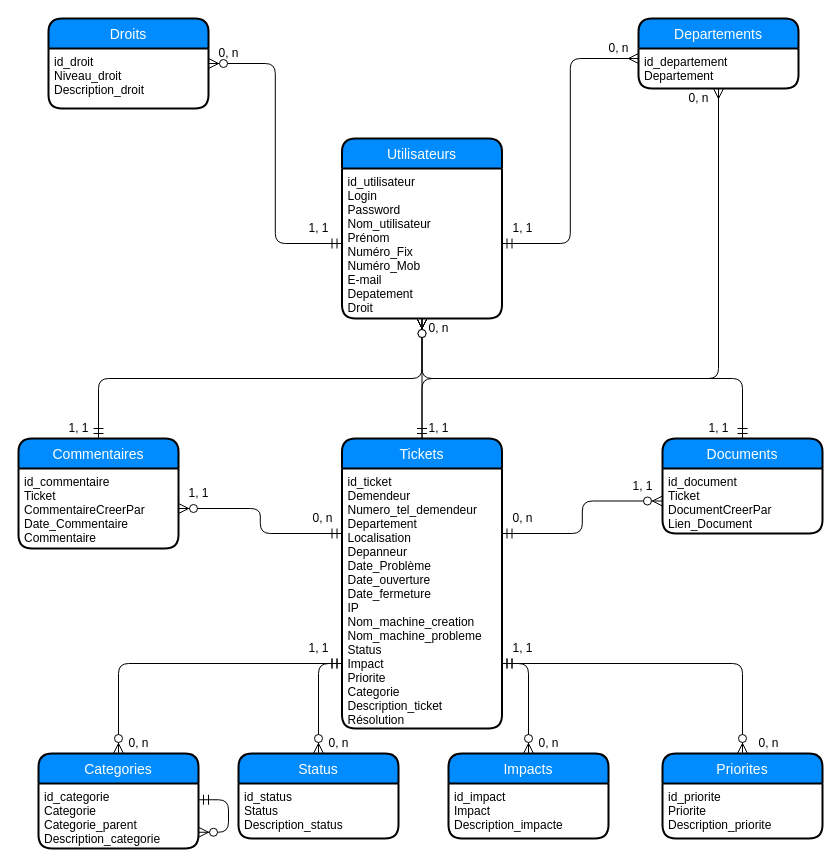
This is Base de données/MCD_MPTicket.drawio from Hero-Chan/Projet_Ticketing, a draw.io file, before an edit. Source tidied: cells renumbered, new cells numbered last; positions are measured from the earlier drawing's top-left corner, leaving out a move shared by most shapes. Both pictures are drawn from the tidied source at 100%, with x=0, y=0 at pixel (18, 18).
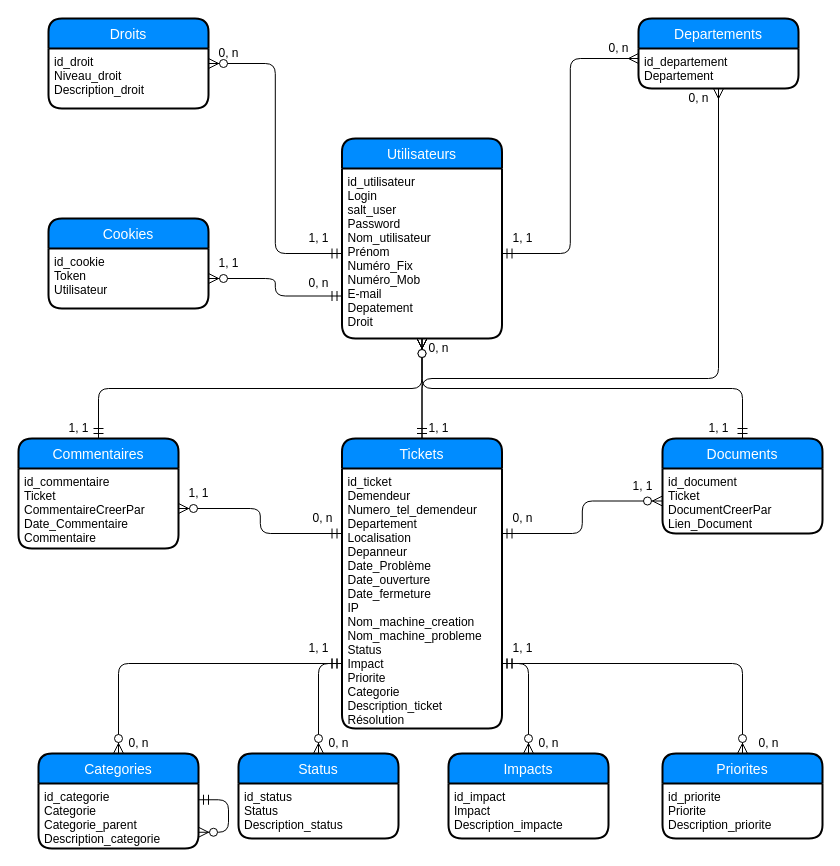
The same page after the edit.

The edit, as a diff of the source:
```diff
@@
     <mxCell id="13" value="Utilisateurs" style="swimlane;horizontal=1;startSize=30;fillColor=#008cff;fontColor=#FFFFFF;rounded=1;fontSize=14;fontStyle=0;strokeWidth=2;shadow=0;dashed=0;align=center;" parent="1" vertex="1">
-      <mxGeometry x="323.5" y="120" width="160" height="180" as="geometry" />
+      <mxGeometry x="323.5" y="120" width="160" height="200" as="geometry" />
     </mxCell>
-    <mxCell id="14" value="id_utilisateur&#10;Login&#10;Password&#10;Nom_utilisateur&#10;Prénom&#10;Numéro_Fix&#10;Numéro_Mob&#10;E-mail&#10;Depatement&#10;Droit" style="align=left;strokeColor=none;fillColor=none;spacingLeft=4;fontSize=12;verticalAlign=top;" parent="13" vertex="1">
-      <mxGeometry y="30" width="160" height="150" as="geometry" />
+    <mxCell id="14" value="id_utilisateur&#10;Login&#10;salt_user&#10;Password&#10;Nom_utilisateur&#10;Prénom&#10;Numéro_Fix&#10;Numéro_Mob&#10;E-mail&#10;Depatement&#10;Droit" style="align=left;strokeColor=none;fillColor=none;spacingLeft=4;fontSize=12;verticalAlign=top;" parent="13" vertex="1">
+      <mxGeometry y="30" width="160" height="170" as="geometry" />
     </mxCell>
@@
     <mxCell id="25" value="1, 1" style="text;html=1;align=center;verticalAlign=middle;" parent="1" vertex="1">
-      <mxGeometry x="280" y="200" width="40" height="20" as="geometry" />
+      <mxGeometry x="280" y="210" width="40" height="20" as="geometry" />
     </mxCell>
@@
     <mxCell id="27" value="1, 1" style="text;html=1;align=center;verticalAlign=middle;" parent="1" vertex="1">
-      <mxGeometry x="483.5" y="200" width="40" height="20" as="geometry" />
+      <mxGeometry x="483.5" y="210" width="40" height="20" as="geometry" />
     </mxCell>
@@
     <mxCell id="29" value="0, n" style="text;html=1;align=center;verticalAlign=middle;" parent="1" vertex="1">
-      <mxGeometry x="400" y="300" width="40" height="20" as="geometry" />
+      <mxGeometry x="400" y="320" width="40" height="20" as="geometry" />
     </mxCell>
@@
+    <mxCell id="54" style="edgeStyle=orthogonalEdgeStyle;endArrow=ERzeroToMany;startArrow=ERmandOne;shadow=0;strokeWidth=1;endSize=8;startSize=8;exitX=0;exitY=0.75;exitDx=0;exitDy=0;entryX=1;entryY=0.5;entryDx=0;entryDy=0;" parent="1" edge="1" source="14" target="56">
+      <mxGeometry relative="1" as="geometry" />
+    </mxCell>
+    <mxCell id="55" value="Cookies" style="swimlane;horizontal=1;startSize=30;fillColor=#008cff;fontColor=#FFFFFF;rounded=1;fontSize=14;fontStyle=0;strokeWidth=2;shadow=0;dashed=0;align=center;" parent="1" vertex="1">
+      <mxGeometry x="30" y="200" width="160" height="90" as="geometry" />
+    </mxCell>
+    <mxCell id="56" value="id_cookie&#10;Token&#10;Utilisateur" style="align=left;strokeColor=none;fillColor=none;spacingLeft=4;fontSize=12;verticalAlign=top;" parent="55" vertex="1">
+      <mxGeometry y="30" width="160" height="60" as="geometry" />
+    </mxCell>
+    <mxCell id="57" value="1, 1" style="text;html=1;align=center;verticalAlign=middle;" parent="1" vertex="1">
+      <mxGeometry x="190" y="235" width="40" height="20" as="geometry" />
+    </mxCell>
+    <mxCell id="58" value="0, n" style="text;html=1;align=center;verticalAlign=middle;" parent="1" vertex="1">
+      <mxGeometry x="280" y="255" width="40" height="20" as="geometry" />
+    </mxCell>
```
